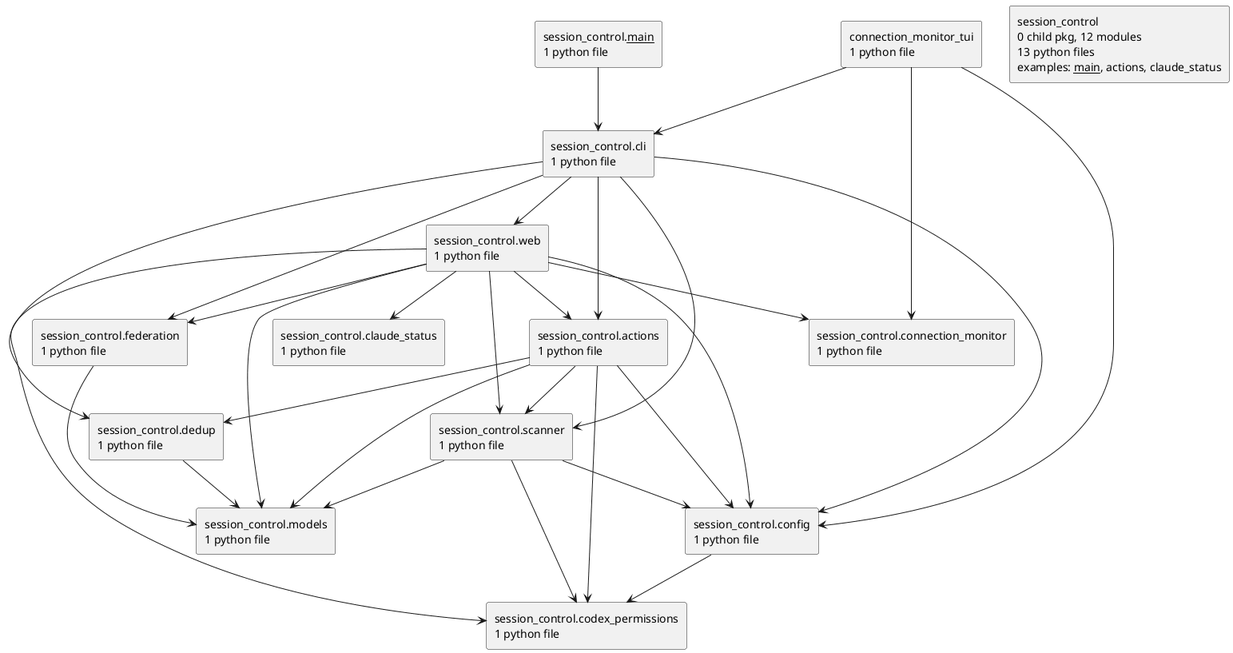
Before: docs/diagrams/python-packages.puml.png, a diagram exported from PlantUML (casonk/session-control).
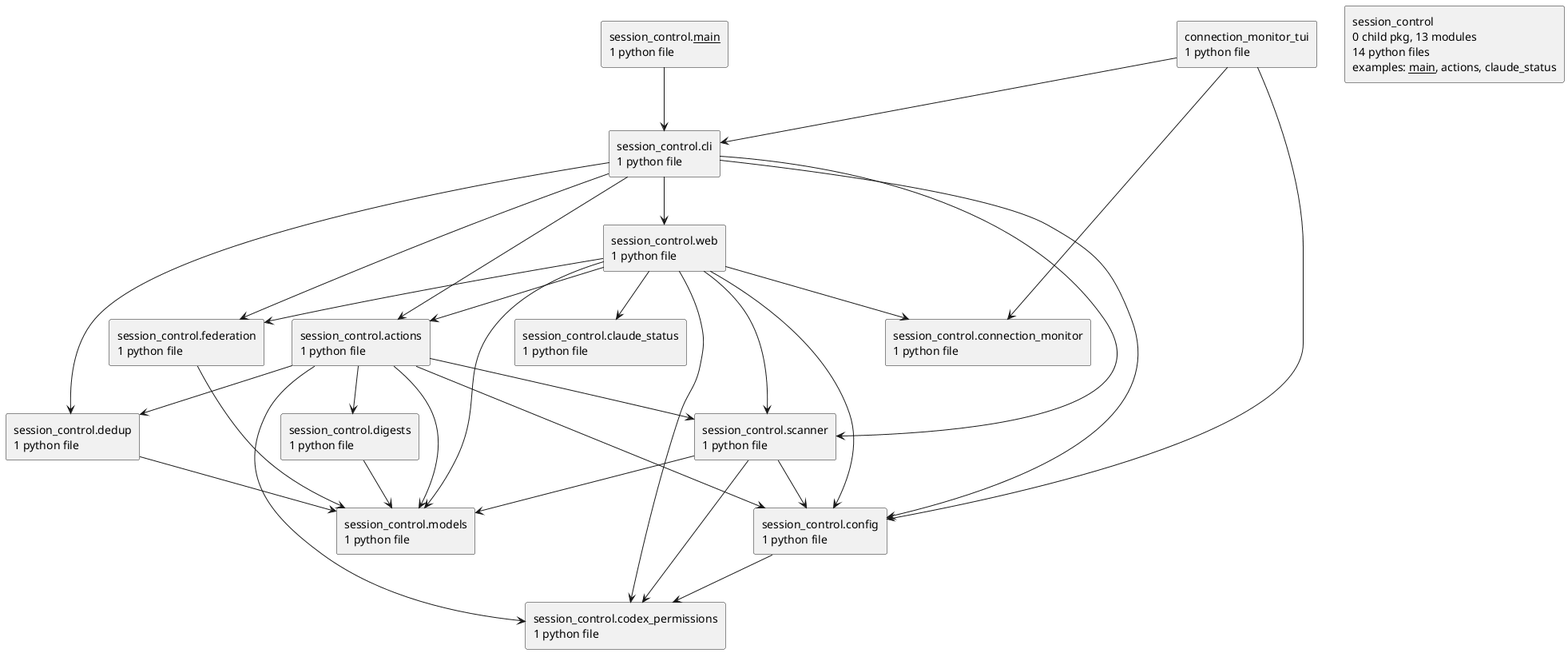
After the change.

Change to the diagram source:
```diff
@@ -1,9 +1,9 @@
-@startuml packages_session-control
+@startuml packages_checkout
 set namespaceSeparator none
 top to bottom direction
 skinparam componentStyle rectangle
 rectangle "connection_monitor_tui\n1 python file" as connection_monitor_tui
-rectangle "session_control\n0 child pkg, 12 modules\n13 python files\nexamples: __main__, actions, claude_status" as session_control
+rectangle "session_control\n0 child pkg, 13 modules\n14 python files\nexamples: __main__, actions, claude_status" as session_control
 rectangle "session_control.__main__\n1 python file" as session_control.__main__
 rectangle "session_control.actions\n1 python file" as session_control.actions
 rectangle "session_control.claude_status\n1 python file" as session_control.claude_status
@@ -12,6 +12,7 @@
 rectangle "session_control.config\n1 python file" as session_control.config
 rectangle "session_control.connection_monitor\n1 python file" as session_control.connection_monitor
 rectangle "session_control.dedup\n1 python file" as session_control.dedup
+rectangle "session_control.digests\n1 python file" as session_control.digests
 rectangle "session_control.federation\n1 python file" as session_control.federation
 rectangle "session_control.models\n1 python file" as session_control.models
 rectangle "session_control.scanner\n1 python file" as session_control.scanner
@@ -23,6 +24,7 @@
 session_control.actions --> session_control.codex_permissions
 session_control.actions --> session_control.config
 session_control.actions --> session_control.dedup
+session_control.actions --> session_control.digests
 session_control.actions --> session_control.models
 session_control.actions --> session_control.scanner
 session_control.cli --> session_control.actions
@@ -33,6 +35,7 @@
 session_control.cli --> session_control.web
 session_control.config --> session_control.codex_permissions
 session_control.dedup --> session_control.models
+session_control.digests --> session_control.models
 session_control.federation --> session_control.models
 session_control.scanner --> session_control.codex_permissions
 session_control.scanner --> session_control.config
```
